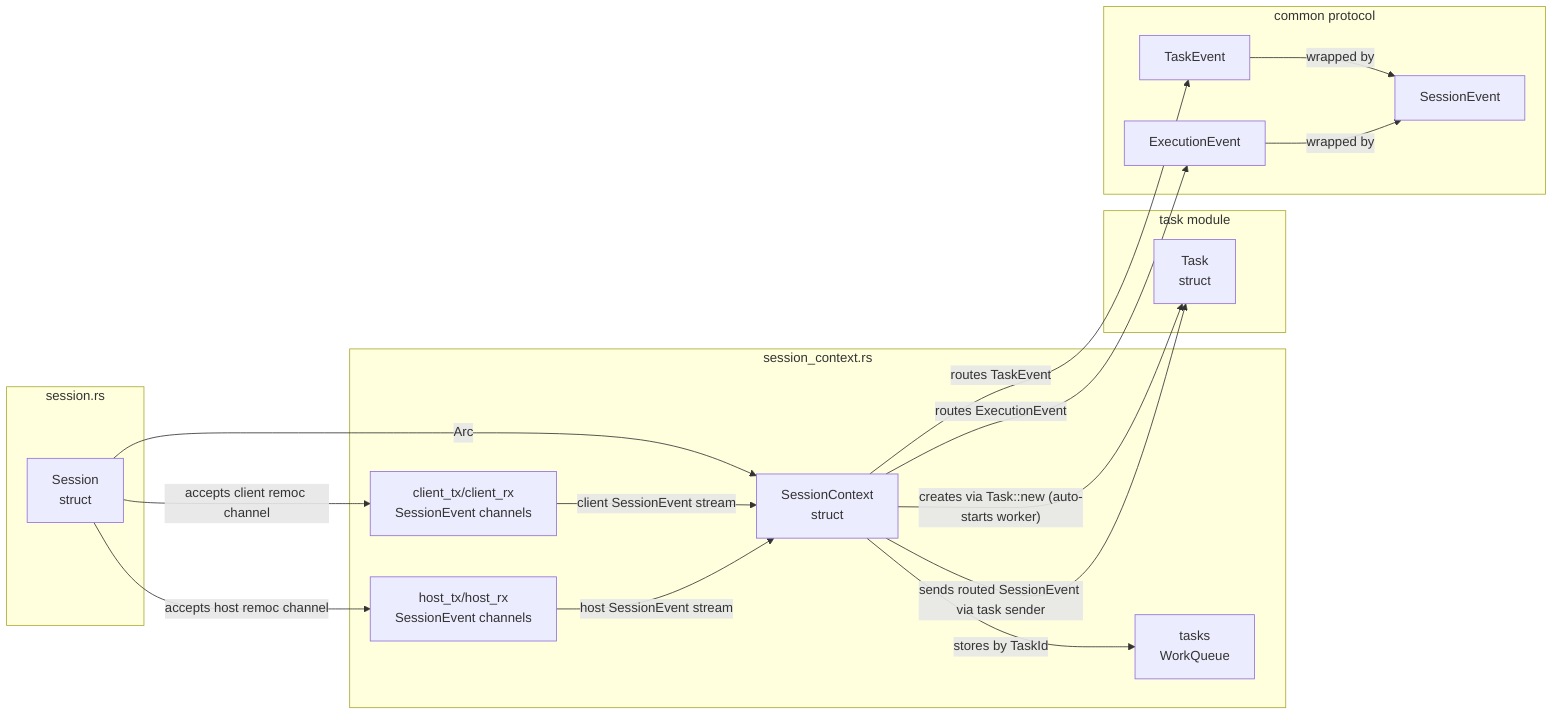
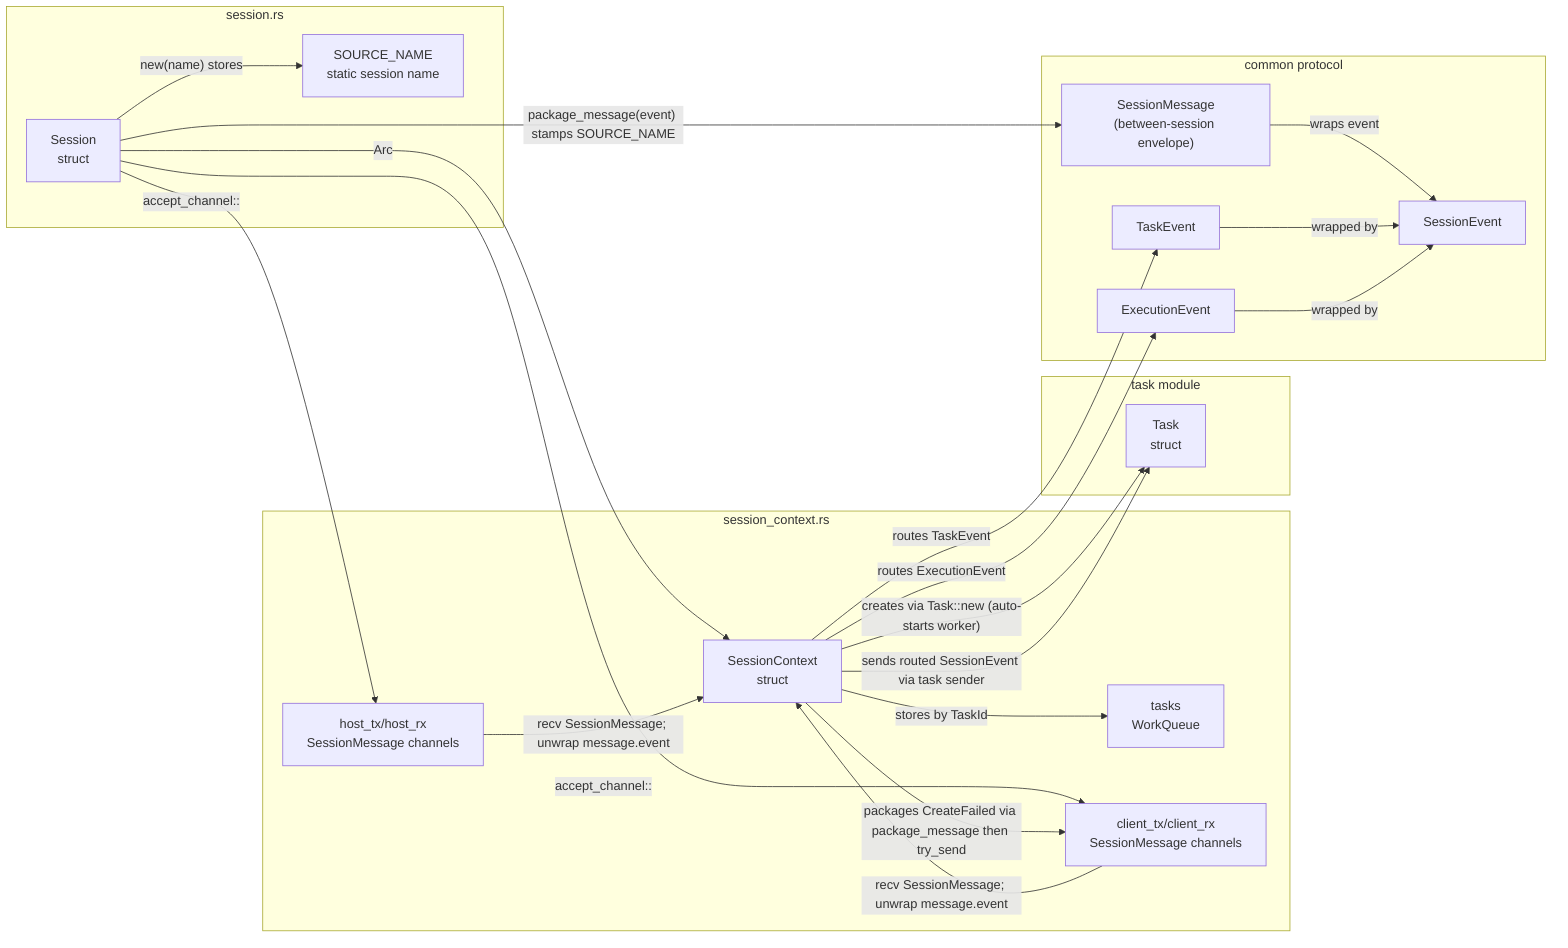
flowchart LR
-   %% mod.rs only declares child files and re-exports Session and SessionContext; Session::new spawns the client and host workers directly (no separate run).
+   %% mod.rs only declares child files and re-exports Session and SessionContext; Session::new(name) stores the session name in SOURCE_NAME, spawns the client and host workers directly (no separate run), and exposes the static package_message.
  subgraph session_rs[session.rs]
    Session["Session\nstruct"]
+     SourceName["SOURCE_NAME\nstatic session name"]
  end

  subgraph session_context_rs[session_context.rs]
    SessionContext["SessionContext\nstruct"]
    Tasks["tasks\nWorkQueue<TaskId, Task>"]
-     ClientChannel["client_tx/client_rx\nSessionEvent channels"]
-     HostChannel["host_tx/host_rx\nSessionEvent channels"]
+     ClientChannel["client_tx/client_rx\nSessionMessage channels"]
+     HostChannel["host_tx/host_rx\nSessionMessage channels"]
  end

  subgraph task_module[task module]
    Task["Task\nstruct"]
  end

  subgraph common_protocol[common protocol]
+     SessionMessage["SessionMessage\n(between-session envelope)"]
    SessionEvent["SessionEvent"]
    TaskEvent["TaskEvent"]
    ExecutionEvent["ExecutionEvent"]
  end

  Session -->|"Arc<SessionContext>"| SessionContext
-   Session -->|"accepts client remoc channel"| ClientChannel
-   Session -->|"accepts host remoc channel"| HostChannel
-   ClientChannel -->|"client SessionEvent stream"| SessionContext
-   HostChannel -->|"host SessionEvent stream"| SessionContext
+   Session -->|"new(name) stores"| SourceName
+   Session -->|"accept_channel::<SessionMessage>"| ClientChannel
+   Session -->|"accept_channel::<SessionMessage>"| HostChannel
+   Session -->|"package_message(event) stamps SOURCE_NAME"| SessionMessage
+   SessionMessage -->|"wraps event"| SessionEvent
+   ClientChannel -->|"recv SessionMessage; unwrap message.event"| SessionContext
+   HostChannel -->|"recv SessionMessage; unwrap message.event"| SessionContext
  SessionContext -->|"creates via Task::new (auto-starts worker)"| Task
  SessionContext -->|"stores by TaskId"| Tasks
  SessionContext -->|"routes TaskEvent"| TaskEvent
  SessionContext -->|"routes ExecutionEvent"| ExecutionEvent
  TaskEvent -->|"wrapped by"| SessionEvent
  ExecutionEvent -->|"wrapped by"| SessionEvent
+   SessionContext -->|"packages CreateFailed via package_message then try_send"| ClientChannel
  SessionContext -->|"sends routed SessionEvent via task sender"| Task
